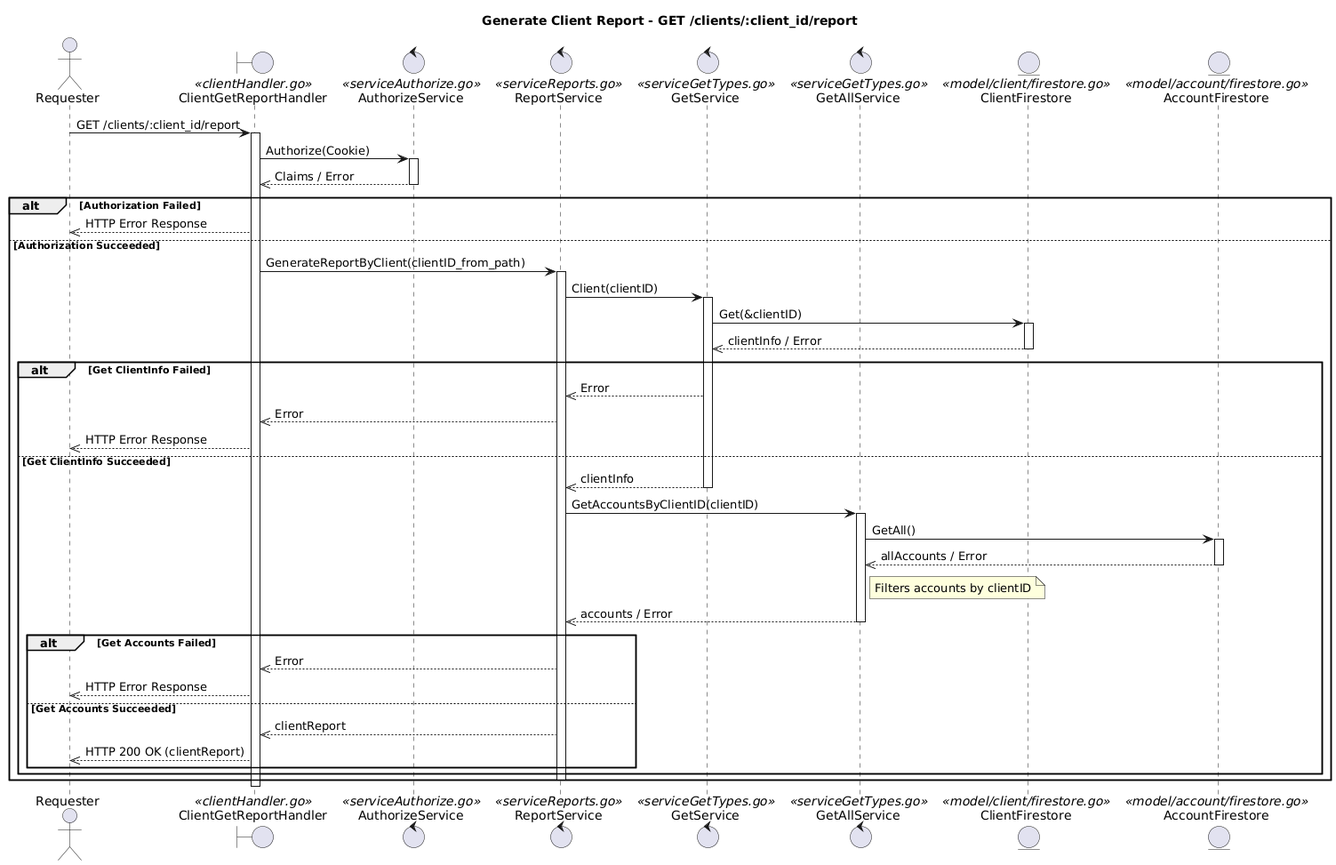
Earlier version of the PlantUML export docs/Report/SequenciaReportByClient.png (JulioKobayashiEbury/BankingAPI). Its diagram source:
```plantuml
@startuml
title Generate Client Report - GET /clients/:client_id/report

actor Requester
boundary ClientGetReportHandler <<clientHandler.go>>
control AuthorizeService <<serviceAuthorize.go>>
control ReportService <<serviceReports.go>>
control GetService <<serviceGetTypes.go>>
control GetAllService <<serviceGetTypes.go>>
entity ClientFirestore <<model/client/firestore.go>>
entity AccountFirestore <<model/account/firestore.go>>

Requester -> ClientGetReportHandler : GET /clients/:client_id/report
activate ClientGetReportHandler

ClientGetReportHandler -> AuthorizeService : Authorize(Cookie)
activate AuthorizeService
AuthorizeService -->> ClientGetReportHandler : Claims / Error
deactivate AuthorizeService

alt Authorization Failed
    ClientGetReportHandler -->> Requester : HTTP Error Response
else Authorization Succeeded
    ClientGetReportHandler -> ReportService : GenerateReportByClient(clientID_from_path)
    activate ReportService
    ReportService -> GetService : Client(clientID)
    activate GetService
    GetService -> ClientFirestore : Get(&clientID)
    activate ClientFirestore
    ClientFirestore -->> GetService : clientInfo / Error
    deactivate ClientFirestore

    alt Get ClientInfo Failed
        GetService -->> ReportService : Error
        ReportService -->> ClientGetReportHandler : Error
        ClientGetReportHandler -->> Requester : HTTP Error Response
    else Get ClientInfo Succeeded
        GetService -->> ReportService : clientInfo
        deactivate GetService
        ReportService -> GetAllService : GetAccountsByClientID(clientID)
        activate GetAllService
        GetAllService -> AccountFirestore : GetAll()
        activate AccountFirestore
        AccountFirestore -->> GetAllService : allAccounts / Error
        deactivate AccountFirestore
        note right of GetAllService : Filters accounts by clientID
        GetAllService -->> ReportService : accounts / Error
        deactivate GetAllService
        alt Get Accounts Failed
            ReportService -->> ClientGetReportHandler : Error
            ClientGetReportHandler -->> Requester : HTTP Error Response
        else Get Accounts Succeeded
            ReportService -->> ClientGetReportHandler : clientReport
            ClientGetReportHandler -->> Requester : HTTP 200 OK (clientReport)
        end
    end
    deactivate ReportService
end
deactivate ClientGetReportHandler
@enduml
```
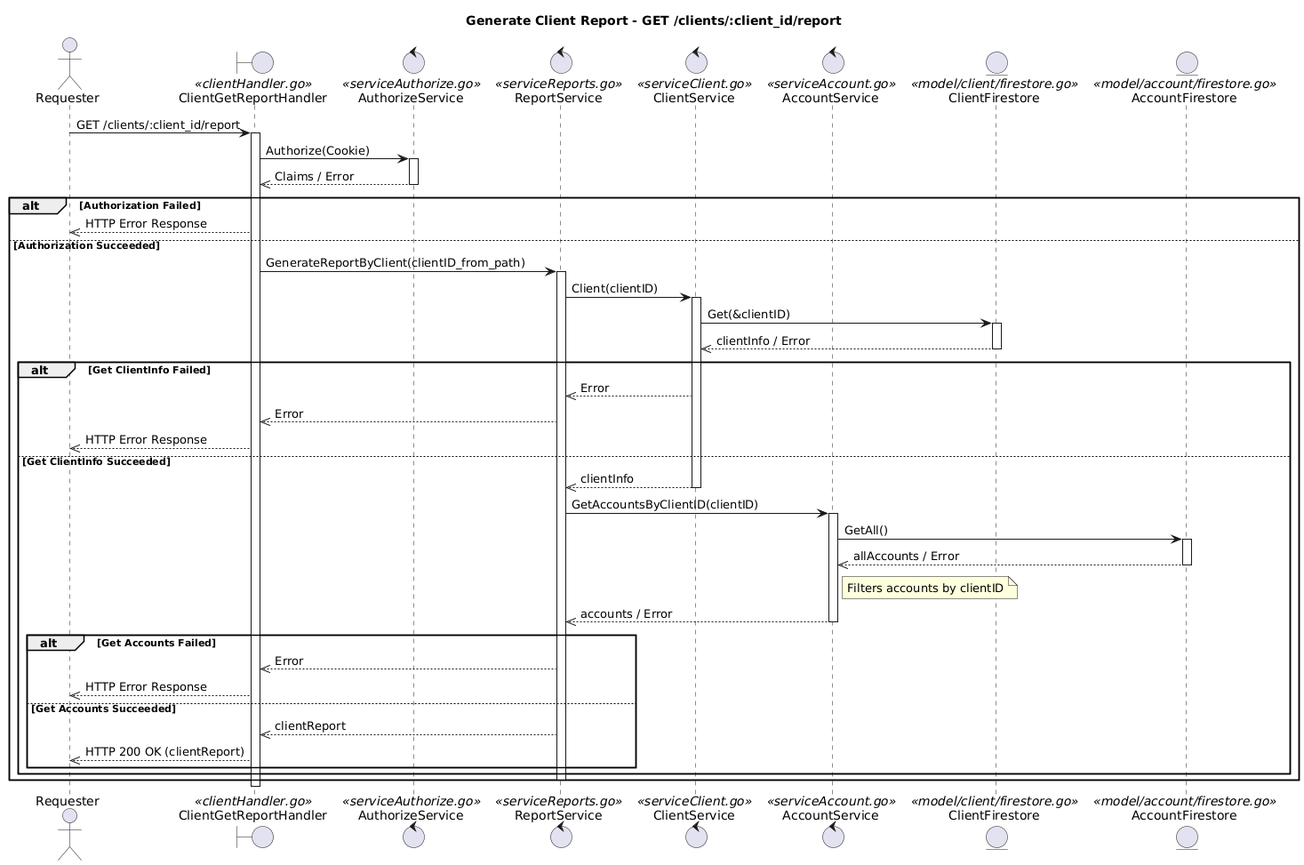
After the change.

Diff of the diagram source:
```diff
@@ -5,8 +5,8 @@
 boundary ClientGetReportHandler <<clientHandler.go>>
 control AuthorizeService <<serviceAuthorize.go>>
 control ReportService <<serviceReports.go>>
-control GetService <<serviceGetTypes.go>>
-control GetAllService <<serviceGetTypes.go>>
+control ClientService <<serviceClient.go>>
+control AccountService <<serviceAccount.go>>
 entity ClientFirestore <<model/client/firestore.go>>
 entity AccountFirestore <<model/account/firestore.go>>
 
@@ -23,29 +23,29 @@
 else Authorization Succeeded
     ClientGetReportHandler -> ReportService : GenerateReportByClient(clientID_from_path)
     activate ReportService
-    ReportService -> GetService : Client(clientID)
-    activate GetService
-    GetService -> ClientFirestore : Get(&clientID)
+    ReportService -> ClientService : Client(clientID)
+    activate ClientService
+    ClientService -> ClientFirestore : Get(&clientID)
     activate ClientFirestore
-    ClientFirestore -->> GetService : clientInfo / Error
+    ClientFirestore -->> ClientService : clientInfo / Error
     deactivate ClientFirestore
 
     alt Get ClientInfo Failed
-        GetService -->> ReportService : Error
+        ClientService -->> ReportService : Error
         ReportService -->> ClientGetReportHandler : Error
         ClientGetReportHandler -->> Requester : HTTP Error Response
     else Get ClientInfo Succeeded
-        GetService -->> ReportService : clientInfo
-        deactivate GetService
-        ReportService -> GetAllService : GetAccountsByClientID(clientID)
-        activate GetAllService
-        GetAllService -> AccountFirestore : GetAll()
+        ClientService -->> ReportService : clientInfo
+        deactivate ClientService
+        ReportService -> AccountService : GetAccountsByClientID(clientID)
+        activate AccountService
+        AccountService -> AccountFirestore : GetAll()
         activate AccountFirestore
-        AccountFirestore -->> GetAllService : allAccounts / Error
+        AccountFirestore -->> AccountService : allAccounts / Error
         deactivate AccountFirestore
-        note right of GetAllService : Filters accounts by clientID
-        GetAllService -->> ReportService : accounts / Error
-        deactivate GetAllService
+        note right of AccountService : Filters accounts by clientID
+        AccountService -->> ReportService : accounts / Error
+        deactivate AccountService
         alt Get Accounts Failed
             ReportService -->> ClientGetReportHandler : Error
             ClientGetReportHandler -->> Requester : HTTP Error Response
```
